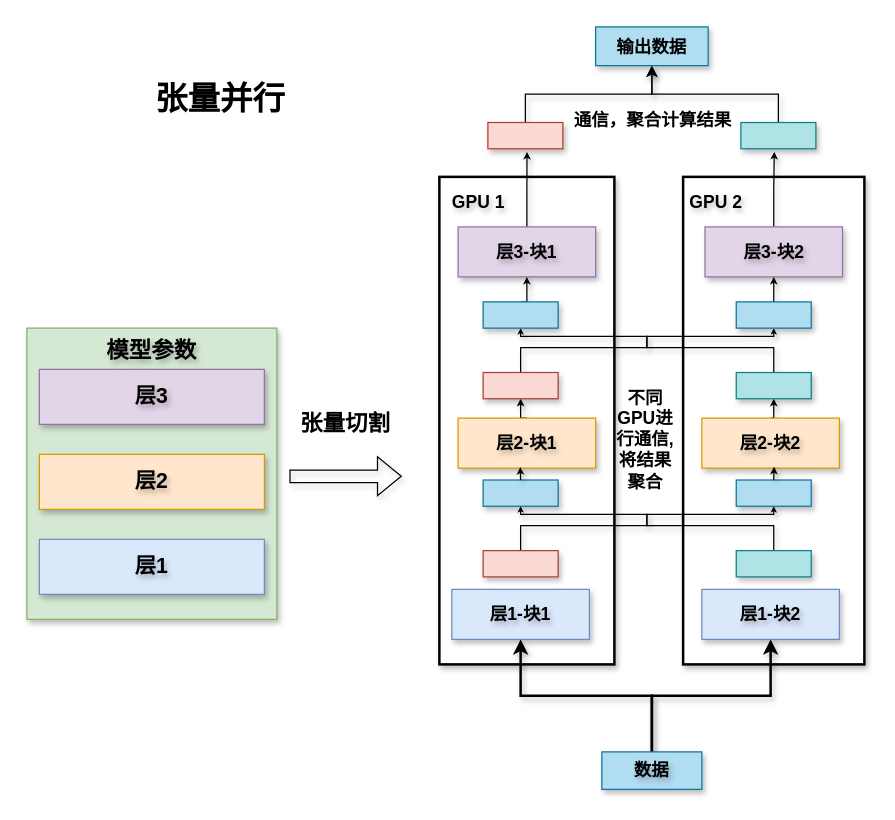
Before: assets/张量并行.drawio in ShizhongP/dl-notes, a draw.io diagram. Source tidied: cells renumbered, new cells numbered last; positions are measured from the earlier drawing's top-left corner, leaving out a move shared by most shapes. Both pictures are drawn from the tidied source at 125%, with x=0, y=0 at pixel (26, 26).
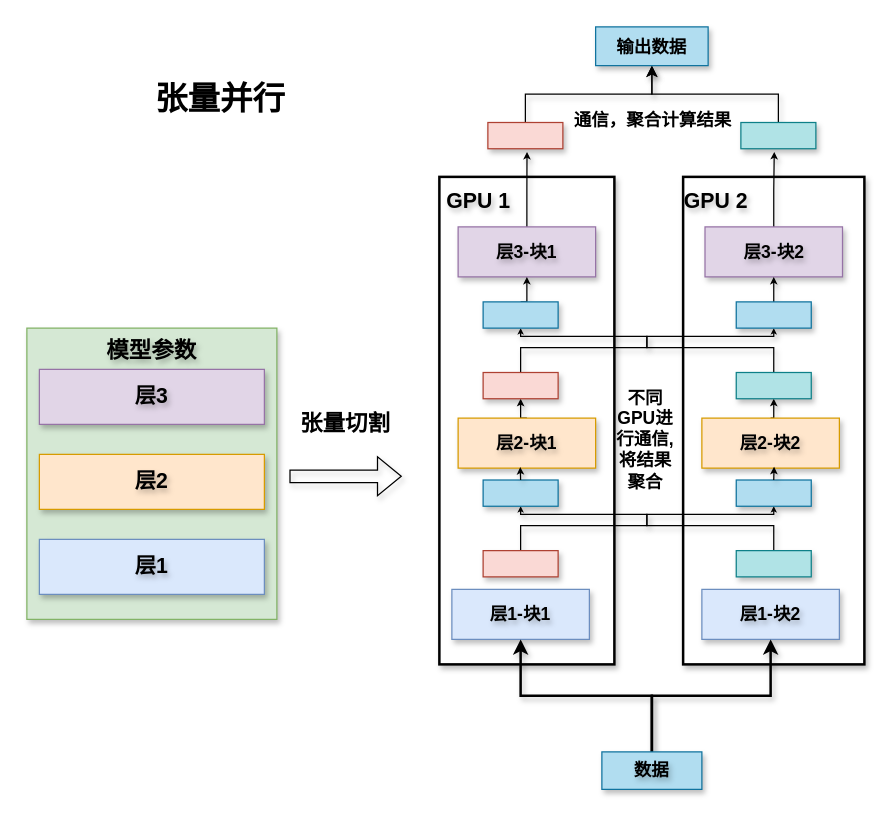
The same page after the edit.

Commit message:
更新张量并行.drawio

What changed in the source:
```diff
@@
-    <mxCell id="16" value="&lt;font&gt;&lt;b&gt;GPU 1&lt;/b&gt;&lt;/font&gt;" style="text;html=1;align=center;verticalAlign=middle;whiteSpace=wrap;rounded=0;textShadow=1;shadow=1;fontSize=14;" parent="1" vertex="1">
+    <mxCell id="16" value="&lt;b&gt;&lt;font style=&quot;font-size: 17px;&quot;&gt;GPU 1&lt;/font&gt;&lt;/b&gt;" style="text;html=1;align=center;verticalAlign=middle;whiteSpace=wrap;rounded=0;textShadow=1;shadow=1;fontSize=14;" parent="1" vertex="1">
       <mxGeometry x="330" y="120" width="63" height="40" as="geometry" />
     </mxCell>
-    <mxCell id="17" value="&lt;font&gt;&lt;b&gt;GPU 2&lt;/b&gt;&lt;/font&gt;" style="text;html=1;align=center;verticalAlign=middle;whiteSpace=wrap;rounded=0;textShadow=1;shadow=1;fontSize=14;" parent="1" vertex="1">
+    <mxCell id="17" value="&lt;font style=&quot;font-size: 17px;&quot;&gt;&lt;b&gt;GPU 2&lt;/b&gt;&lt;/font&gt;" style="text;html=1;align=center;verticalAlign=middle;whiteSpace=wrap;rounded=0;textShadow=1;shadow=1;fontSize=14;" parent="1" vertex="1">
       <mxGeometry x="520" y="120" width="63" height="40" as="geometry" />
     </mxCell>
```
